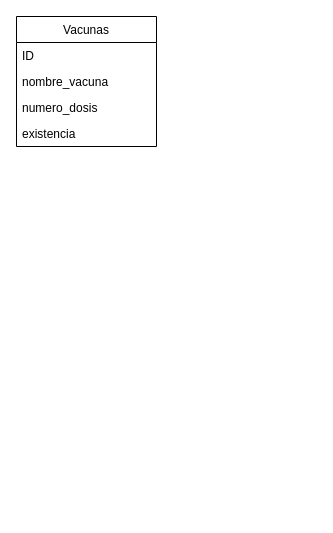
Earlier version of the draw.io diagram Estructura.drawio (Centro-de-Vacunacion/BACKEND-Centro-Vacunacion). Source tidied: cells renumbered, new cells numbered last; positions are measured from the earlier drawing's top-left corner, leaving out a move shared by most shapes. Both pictures are drawn from the tidied source at 100%, with x=0, y=0 at pixel (16, 16).
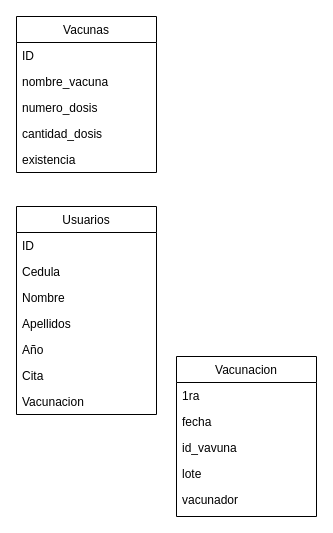
The same page after the edit.

Commit message:
Campos Vacunas Usuarios Vacunacion

What changed in the source:
```diff
@@
     <mxCell id="2" value="Vacunas" style="swimlane;fontStyle=0;horizontal=1;startSize=26;fillColor=none;" parent="1" vertex="1">
-      <mxGeometry width="140" height="130" as="geometry" />
+      <mxGeometry width="140" height="156" as="geometry" />
     </mxCell>
@@
+    <mxCell id="7" value="cantidad_dosis" style="text;strokeColor=none;fillColor=none;align=left;verticalAlign=top;spacingLeft=4;spacingRight=4;overflow=hidden;" parent="2" vertex="1">
+      <mxGeometry y="104" width="140" height="26" as="geometry" />
+    </mxCell>
     <mxCell id="6" value="existencia" style="text;strokeColor=none;fillColor=none;align=left;verticalAlign=top;spacingLeft=4;spacingRight=4;overflow=hidden;" parent="2" vertex="1">
-      <mxGeometry y="104" width="140" height="26" as="geometry" />
+      <mxGeometry y="130" width="140" height="26" as="geometry" />
     </mxCell>
+    <mxCell id="8" value="Usuarios" style="swimlane;fontStyle=0;horizontal=1;startSize=26;fillColor=none;" parent="1" vertex="1">
+      <mxGeometry y="190" width="140" height="208" as="geometry" />
+    </mxCell>
+    <mxCell id="9" value="ID" style="text;strokeColor=none;fillColor=none;align=left;verticalAlign=top;spacingLeft=4;spacingRight=4;overflow=hidden;" parent="8" vertex="1">
+      <mxGeometry y="26" width="140" height="26" as="geometry" />
+    </mxCell>
+    <mxCell id="10" value="Cedula" style="text;strokeColor=none;fillColor=none;align=left;verticalAlign=top;spacingLeft=4;spacingRight=4;overflow=hidden;" parent="8" vertex="1">
+      <mxGeometry y="52" width="140" height="26" as="geometry" />
+    </mxCell>
+    <mxCell id="11" value="Nombre" style="text;strokeColor=none;fillColor=none;align=left;verticalAlign=top;spacingLeft=4;spacingRight=4;overflow=hidden;" parent="8" vertex="1">
+      <mxGeometry y="78" width="140" height="26" as="geometry" />
+    </mxCell>
+    <mxCell id="12" value="Apellidos" style="text;strokeColor=none;fillColor=none;align=left;verticalAlign=top;spacingLeft=4;spacingRight=4;overflow=hidden;" parent="8" vertex="1">
+      <mxGeometry y="104" width="140" height="26" as="geometry" />
+    </mxCell>
+    <mxCell id="13" value="Año" style="text;strokeColor=none;fillColor=none;align=left;verticalAlign=top;spacingLeft=4;spacingRight=4;overflow=hidden;" parent="8" vertex="1">
+      <mxGeometry y="130" width="140" height="26" as="geometry" />
+    </mxCell>
+    <mxCell id="14" value="Cita" style="text;strokeColor=none;fillColor=none;align=left;verticalAlign=top;spacingLeft=4;spacingRight=4;overflow=hidden;" parent="8" vertex="1">
+      <mxGeometry y="156" width="140" height="26" as="geometry" />
+    </mxCell>
+    <mxCell id="15" value="Vacunacion&#10;" style="text;strokeColor=none;fillColor=none;align=left;verticalAlign=top;spacingLeft=4;spacingRight=4;overflow=hidden;" parent="8" vertex="1">
+      <mxGeometry y="182" width="140" height="26" as="geometry" />
+    </mxCell>
+    <mxCell id="16" value="Vacunacion" style="swimlane;fontStyle=0;horizontal=1;startSize=26;fillColor=none;" parent="1" vertex="1">
+      <mxGeometry x="160" y="340" width="140" height="160" as="geometry" />
+    </mxCell>
+    <mxCell id="17" value="1ra" style="text;strokeColor=none;fillColor=none;align=left;verticalAlign=top;spacingLeft=4;spacingRight=4;overflow=hidden;" parent="16" vertex="1">
+      <mxGeometry y="26" width="140" height="26" as="geometry" />
+    </mxCell>
+    <mxCell id="18" value="fecha" style="text;strokeColor=none;fillColor=none;align=left;verticalAlign=top;spacingLeft=4;spacingRight=4;overflow=hidden;" parent="16" vertex="1">
+      <mxGeometry y="52" width="140" height="26" as="geometry" />
+    </mxCell>
+    <mxCell id="19" value="id_vavuna" style="text;strokeColor=none;fillColor=none;align=left;verticalAlign=top;spacingLeft=4;spacingRight=4;overflow=hidden;" parent="16" vertex="1">
+      <mxGeometry y="78" width="140" height="26" as="geometry" />
+    </mxCell>
+    <mxCell id="20" value="lote" style="text;strokeColor=none;fillColor=none;align=left;verticalAlign=top;spacingLeft=4;spacingRight=4;overflow=hidden;" parent="16" vertex="1">
+      <mxGeometry y="104" width="140" height="26" as="geometry" />
+    </mxCell>
+    <mxCell id="21" value="vacunador&#10;" style="text;strokeColor=none;fillColor=none;align=left;verticalAlign=top;spacingLeft=4;spacingRight=4;overflow=hidden;" parent="16" vertex="1">
+      <mxGeometry y="130" width="140" height="30" as="geometry" />
+    </mxCell>
```
